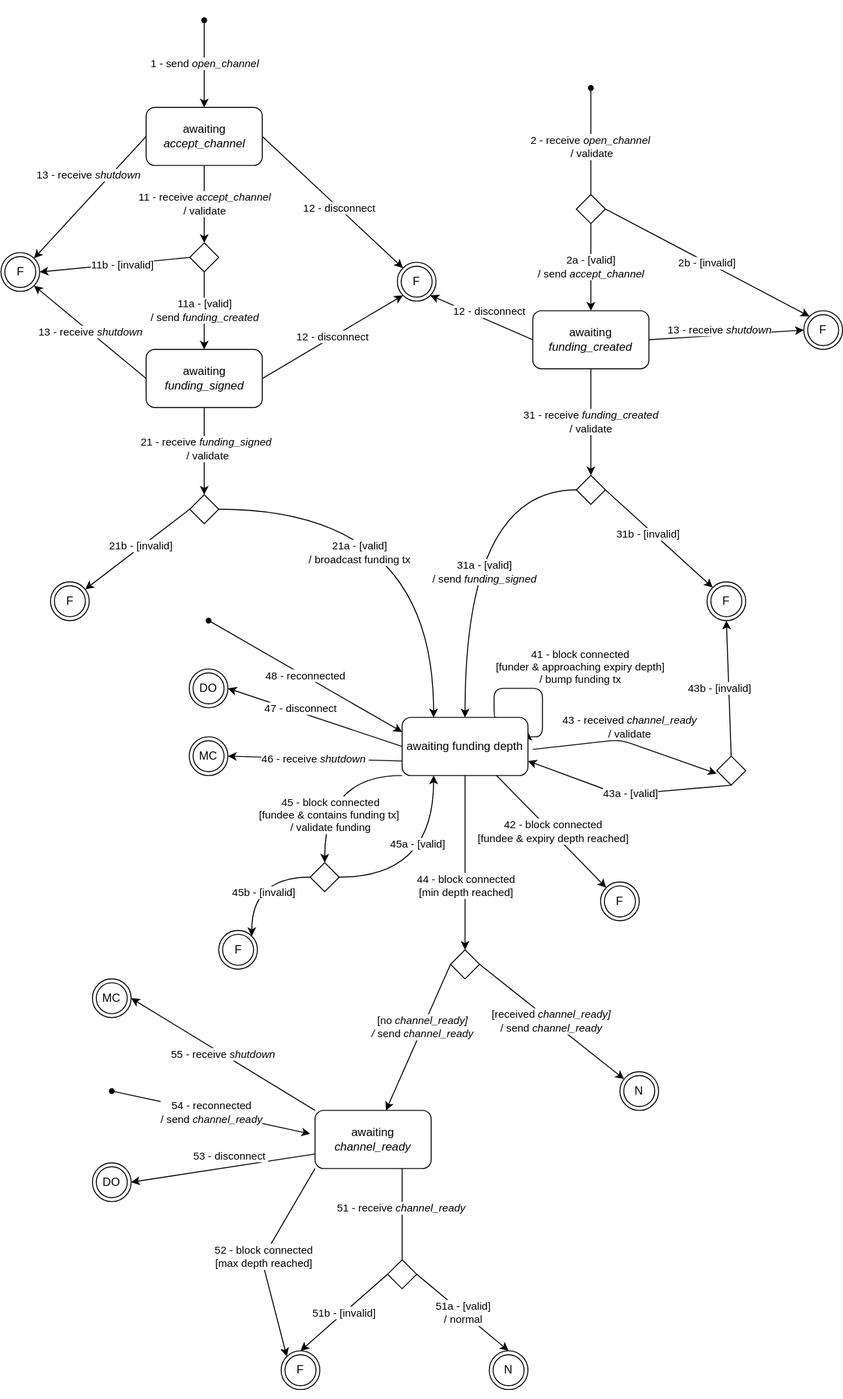
Above: docs/ConnectedOpenChannel.svg in node-lightning/node-lightning (draw.io), before the change. Source tidied: cells renumbered, new cells last; positions are measured from the earlier drawing's top-left corner, leaving out a move shared by most shapes.
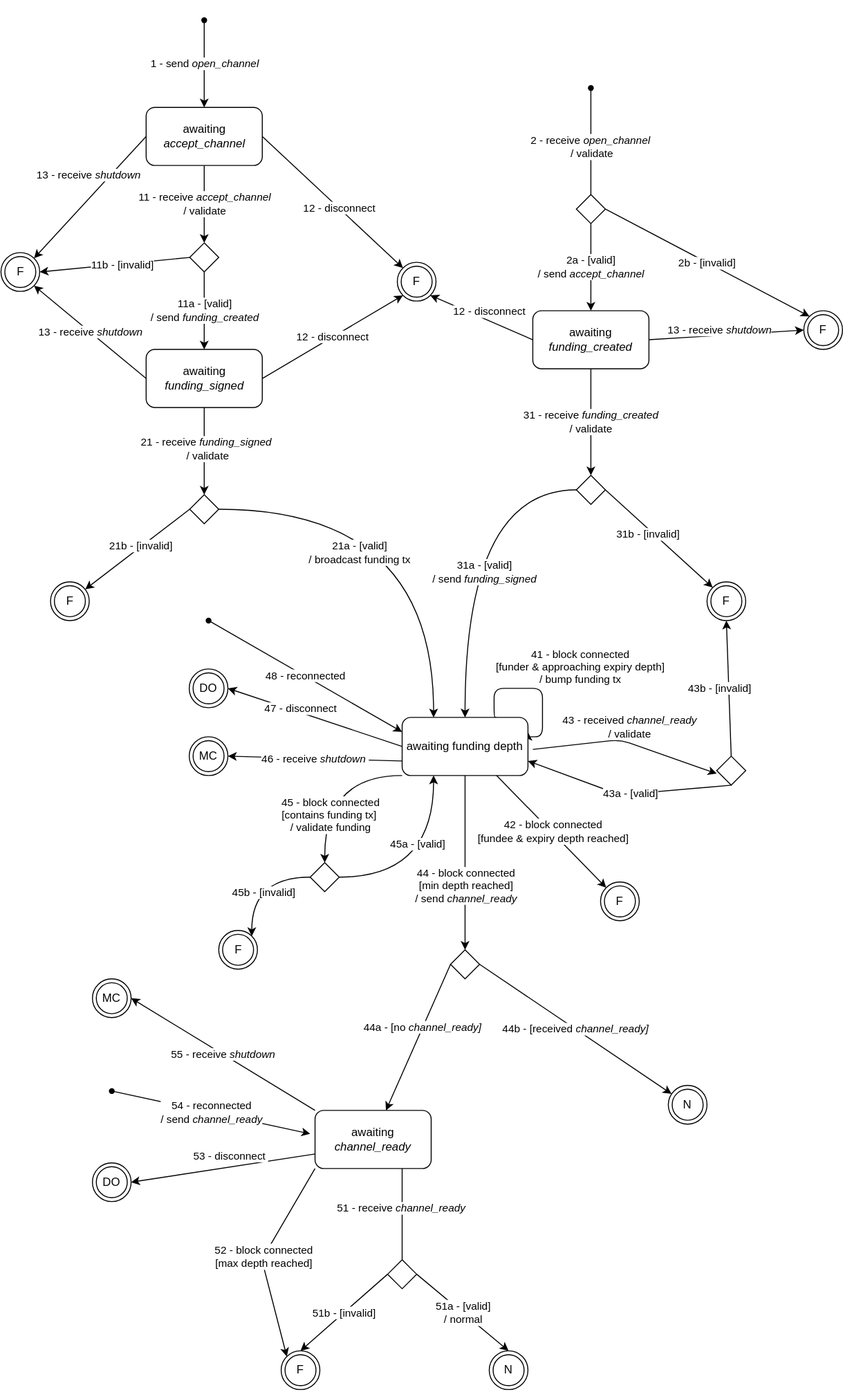
Later version of the same file.

Commit message:
docs: capture block connected with funding tx

What changed in the source:
```diff
@@ -20,7 +20,7 @@
         </Array>
       </mxGeometry>
     </mxCell>
-    <mxCell id="6" value="45 - block connected &lt;br&gt;[fundee &amp;amp; contains funding tx]&amp;nbsp;&lt;br&gt;/ validate funding" style="edgeLabel;html=1;align=center;verticalAlign=middle;" parent="5" vertex="1">
+    <mxCell id="6" value="45 - block connected &lt;br&gt;[contains funding tx]&amp;nbsp;&lt;br&gt;/ validate funding" style="edgeLabel;html=1;align=center;verticalAlign=middle;" parent="5" vertex="1">
       <mxGeometry x="-0.25" y="-2" relative="1" as="geometry">
         <mxPoint x="-11" y="42" as="offset" />
       </mxGeometry>
@@ -51,13 +51,13 @@
     <mxCell id="12" value="46 - receive &lt;i&gt;shutdown&amp;nbsp;&lt;br&gt;&lt;/i&gt;" style="edgeStyle=none;rounded=0;jettySize=auto;html=1;exitX=0;exitY=0.75;exitDx=0;exitDy=0;entryX=1;entryY=0.5;entryDx=0;entryDy=0;" parent="1" edge="1" source="18" target="52">
       <mxGeometry relative="1" as="geometry" />
     </mxCell>
-    <mxCell id="13" value="[received &lt;i&gt;channel_ready]&lt;/i&gt;&lt;br&gt;/ send &lt;i&gt;channel_ready&lt;/i&gt;" style="rounded=0;jettySize=auto;html=1;exitX=1;exitY=0.5;exitDx=0;exitDy=0;" parent="1" edge="1" source="56" target="53">
+    <mxCell id="13" value="44b - [received &lt;i&gt;channel_ready]&lt;/i&gt;" style="rounded=0;jettySize=auto;html=1;exitX=1;exitY=0.5;exitDx=0;exitDy=0;" parent="1" edge="1" source="56" target="53">
       <mxGeometry relative="1" as="geometry" />
     </mxCell>
     <mxCell id="14" style="edgeStyle=none;rounded=0;jettySize=auto;html=1;exitX=0.5;exitY=1;exitDx=0;exitDy=0;entryX=0.5;entryY=0;entryDx=0;entryDy=0;" parent="1" edge="1" source="18" target="56">
       <mxGeometry relative="1" as="geometry" />
     </mxCell>
-    <mxCell id="15" value="44 - block connected&lt;br&gt;[min depth reached]" style="edgeLabel;html=1;align=center;verticalAlign=middle;" parent="14" vertex="1">
+    <mxCell id="15" value="44 - block connected&lt;br&gt;[min depth reached]&lt;br&gt;/ send &lt;i&gt;channel_ready&lt;/i&gt;" style="edgeLabel;html=1;align=center;verticalAlign=middle;" parent="14" vertex="1">
       <mxGeometry x="0.12" relative="1" as="geometry">
         <mxPoint y="12" as="offset" />
       </mxGeometry>
@@ -209,12 +209,12 @@
       <mxGeometry x="195" y="760" width="40" height="40" as="geometry" />
     </mxCell>
     <mxCell id="53" value="N" style="ellipse;shape=doubleEllipse;whiteSpace=wrap;html=1;" parent="1" vertex="1">
-      <mxGeometry x="640" y="1105.9" width="40" height="40" as="geometry" />
+      <mxGeometry x="690" y="1120" width="40" height="40" as="geometry" />
     </mxCell>
     <mxCell id="54" style="edgeStyle=none;rounded=0;jettySize=auto;html=1;exitX=0;exitY=0.5;exitDx=0;exitDy=0;" parent="1" edge="1" source="56" target="36">
       <mxGeometry relative="1" as="geometry" />
     </mxCell>
-    <mxCell id="55" value="[no&amp;nbsp;&lt;i&gt;channel_ready]&lt;br&gt;/&amp;nbsp;&lt;/i&gt;send&amp;nbsp;&lt;i&gt;channel_ready&lt;/i&gt;&lt;i&gt;&lt;br&gt;&lt;/i&gt;" style="edgeLabel;html=1;align=center;verticalAlign=middle;" parent="54" vertex="1">
+    <mxCell id="55" value="44a - [no&amp;nbsp;&lt;i&gt;channel_ready]&lt;/i&gt;&lt;i&gt;&lt;br&gt;&lt;/i&gt;" style="edgeLabel;html=1;align=center;verticalAlign=middle;" parent="54" vertex="1">
       <mxGeometry x="-0.14" y="-1" relative="1" as="geometry" />
     </mxCell>
     <mxCell id="56" style="rhombus;whiteSpace=wrap;html=1;" parent="1" vertex="1">
```
